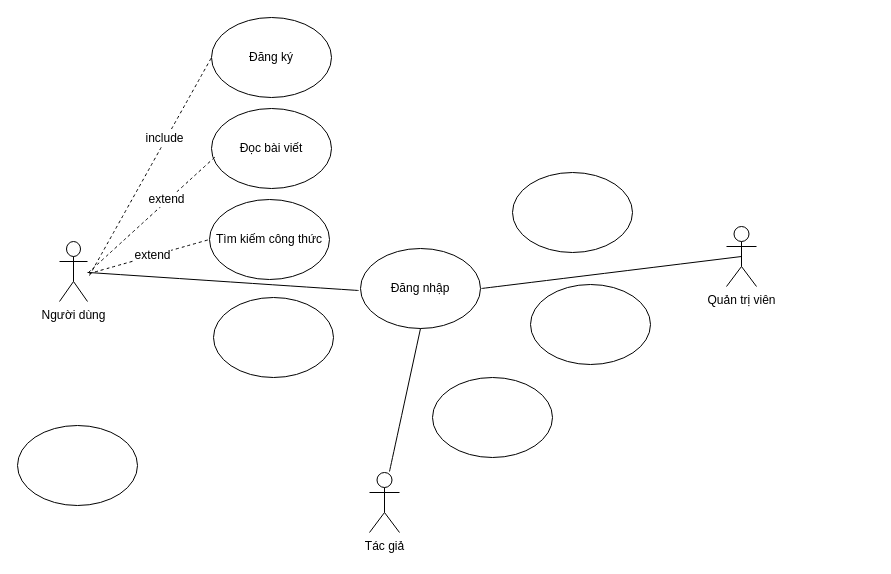
gwangtung21/Blog_AmThuc keeps this draw.io diagram as Sơ đồ tổng quát.drawio. Above is the earlier version. Source tidied: cells renumbered, new cells numbered last; positions are measured from the earlier drawing's top-left corner, leaving out a move shared by most shapes. Both pictures are drawn from the tidied source at 100%, with x=0, y=0 at pixel (17, 17).
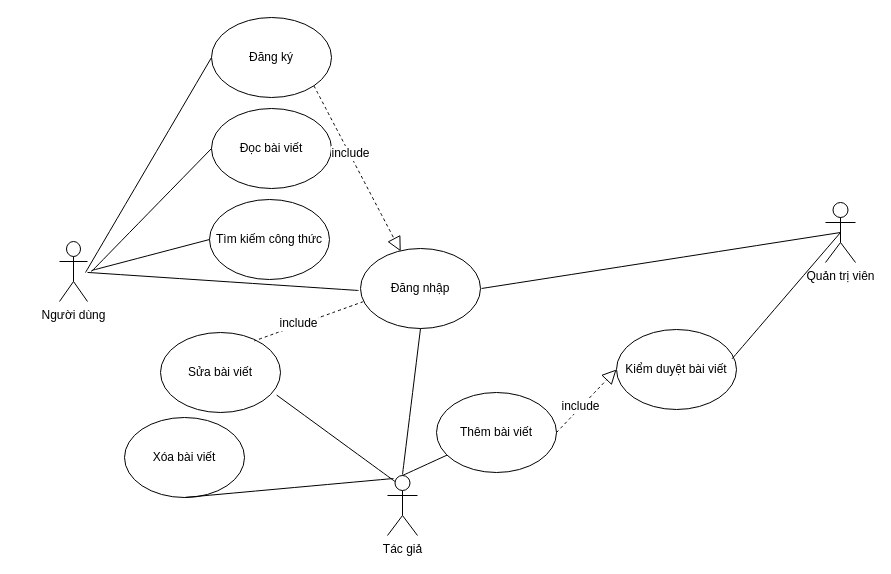
The same diagram, later.

Commit message (it also covers changes not shown here):
Cập nhật Sơ đồ tổng quát.drawio

Unchanged cells that the change refers to:
```xml
<mxCell id="5" value="Đăng nhập" style="ellipse;whiteSpace=wrap;html=1;" parent="1" vertex="1">
  <mxGeometry x="343" y="231" width="120" height="80" as="geometry" />
</mxCell>
<mxCell id="6" value="Đăng ký" style="ellipse;whiteSpace=wrap;html=1;" parent="1" vertex="1">
  <mxGeometry x="194" width="120" height="80" as="geometry" />
</mxCell>
<mxCell id="7" value="Đọc bài viết" style="ellipse;whiteSpace=wrap;html=1;" parent="1" vertex="1">
  <mxGeometry x="194" y="91" width="120" height="80" as="geometry" />
</mxCell>
<mxCell id="9" value="Tìm kiếm công thức" style="ellipse;whiteSpace=wrap;html=1;" parent="1" vertex="1">
  <mxGeometry x="192" y="182" width="120" height="80" as="geometry" />
</mxCell>
```

Change to the diagram source:
```diff
@@
+    <mxCell id="23" style="endArrow=none;html=1;rounded=0;fontSize=12;startSize=8;endSize=8;curved=1;entryX=0;entryY=0.5;entryDx=0;entryDy=0;" parent="1" edge="1" target="6">
+      <mxGeometry relative="1" as="geometry">
+        <mxPoint x="68" y="255" as="sourcePoint" />
+      </mxGeometry>
+    </mxCell>
@@
     <mxCell id="3" value="Quản trị viên" style="shape=umlActor;verticalLabelPosition=bottom;verticalAlign=top;html=1;outlineConnect=0;" parent="1" vertex="1">
-      <mxGeometry x="709" y="209" width="30" height="60" as="geometry" />
+      <mxGeometry x="808" y="185" width="30" height="60" as="geometry" />
     </mxCell>
     <mxCell id="4" value="Tác giả" style="shape=umlActor;verticalLabelPosition=bottom;verticalAlign=top;html=1;outlineConnect=0;" parent="1" vertex="1">
-      <mxGeometry x="352" y="455" width="30" height="60" as="geometry" />
+      <mxGeometry x="370" y="458" width="30" height="60" as="geometry" />
     </mxCell>
@@
-    <mxCell id="8" style="ellipse;whiteSpace=wrap;html=1;" parent="1" vertex="1">
-      <mxGeometry x="196" y="280" width="120" height="80" as="geometry" />
-    </mxCell>
@@
-    <mxCell id="10" style="ellipse;whiteSpace=wrap;html=1;" parent="1" vertex="1">
-      <mxGeometry x="495" y="155" width="120" height="80" as="geometry" />
+    <mxCell id="10" value="Kiểm duyệt bài viết" style="ellipse;whiteSpace=wrap;html=1;" parent="1" vertex="1">
+      <mxGeometry x="599" y="312" width="120" height="80" as="geometry" />
     </mxCell>
-    <mxCell id="11" style="ellipse;whiteSpace=wrap;html=1;" parent="1" vertex="1">
-      <mxGeometry x="513" y="267" width="120" height="80" as="geometry" />
+    <mxCell id="11" value="Xóa bài viết" style="ellipse;whiteSpace=wrap;html=1;" parent="1" vertex="1">
+      <mxGeometry x="107" y="400" width="120" height="80" as="geometry" />
     </mxCell>
-    <mxCell id="12" style="ellipse;whiteSpace=wrap;html=1;" parent="1" vertex="1">
-      <mxGeometry y="408" width="120" height="80" as="geometry" />
+    <mxCell id="12" value="Sửa bài viết" style="ellipse;whiteSpace=wrap;html=1;" parent="1" vertex="1">
+      <mxGeometry x="143" y="315" width="120" height="80" as="geometry" />
     </mxCell>
-    <mxCell id="13" style="ellipse;whiteSpace=wrap;html=1;" parent="1" vertex="1">
-      <mxGeometry x="415" y="360" width="120" height="80" as="geometry" />
+    <mxCell id="13" value="Thêm bài viết" style="ellipse;whiteSpace=wrap;html=1;" parent="1" vertex="1">
+      <mxGeometry x="419" y="375" width="120" height="80" as="geometry" />
     </mxCell>
@@
     <mxCell id="16" style="endArrow=none;html=1;rounded=0;fontSize=12;startSize=8;endSize=8;curved=1;entryX=0.5;entryY=1;entryDx=0;entryDy=0;" parent="1" edge="1" target="5">
       <mxGeometry relative="1" as="geometry">
-        <mxPoint x="372" y="454" as="sourcePoint" />
+        <mxPoint x="385" y="457" as="sourcePoint" />
       </mxGeometry>
     </mxCell>
-    <mxCell id="17" style="endArrow=none;dashed=1;html=1;rounded=0;fontSize=12;startSize=8;endSize=8;curved=1;entryX=0;entryY=0.5;entryDx=0;entryDy=0;" parent="1" edge="1" target="6">
-      <mxGeometry relative="1" as="geometry">
-        <mxPoint x="72" y="258" as="sourcePoint" />
-      </mxGeometry>
-    </mxCell>
-    <mxCell id="18" value="include" style="edgeLabel;html=1;align=center;verticalAlign=middle;fontSize=12;" parent="17" vertex="1">
-      <mxGeometry x="0.25" y="2" relative="1" as="geometry" />
-    </mxCell>
-    <mxCell id="19" style="endArrow=none;dashed=1;html=1;rounded=0;fontSize=12;startSize=8;endSize=8;curved=1;entryX=0.03;entryY=0.605;entryDx=0;entryDy=0;entryPerimeter=0;" parent="1" edge="1" target="7">
-      <mxGeometry relative="1" as="geometry">
-        <mxPoint x="71" y="255" as="sourcePoint" />
-      </mxGeometry>
-    </mxCell>
-    <mxCell id="20" value="extend" style="edgeLabel;html=1;align=center;verticalAlign=middle;fontSize=12;" parent="19" vertex="1">
-      <mxGeometry x="0.25" y="2" relative="1" as="geometry" />
-    </mxCell>
-    <mxCell id="21" style="endArrow=none;dashed=1;html=1;rounded=0;fontSize=12;startSize=8;endSize=8;curved=1;entryX=0;entryY=0.5;entryDx=0;entryDy=0;" parent="1" edge="1" target="9">
-      <mxGeometry relative="1" as="geometry">
-        <mxPoint x="72" y="256" as="sourcePoint" />
-      </mxGeometry>
-    </mxCell>
-    <mxCell id="22" value="extend" style="edgeLabel;html=1;align=center;verticalAlign=middle;fontSize=12;" parent="21" vertex="1">
-      <mxGeometry x="0.04" y="1" relative="1" as="geometry" />
-    </mxCell>
+    <mxCell id="24" style="endArrow=none;html=1;rounded=0;fontSize=12;startSize=8;endSize=8;curved=1;entryX=0;entryY=0.5;entryDx=0;entryDy=0;" parent="1" edge="1" target="7">
+      <mxGeometry relative="1" as="geometry">
+        <mxPoint x="74" y="254" as="sourcePoint" />
+      </mxGeometry>
+    </mxCell>
+    <mxCell id="25" style="endArrow=none;html=1;rounded=0;fontSize=12;startSize=8;endSize=8;curved=1;entryX=0;entryY=0.5;entryDx=0;entryDy=0;" parent="1" edge="1" target="9">
+      <mxGeometry relative="1" as="geometry">
+        <mxPoint x="74" y="253" as="sourcePoint" />
+      </mxGeometry>
+    </mxCell>
+    <mxCell id="26" style="endArrow=none;html=1;rounded=0;fontSize=12;startSize=8;endSize=8;curved=1;entryX=0.5;entryY=0.5;entryDx=0;entryDy=0;entryPerimeter=0;exitX=0.962;exitY=0.368;exitDx=0;exitDy=0;exitPerimeter=0;" parent="1" edge="1" source="10" target="3">
+      <mxGeometry relative="1" as="geometry" />
+    </mxCell>
+    <mxCell id="27" style="endArrow=none;html=1;rounded=0;fontSize=12;startSize=8;endSize=8;curved=1;entryX=0.5;entryY=1;entryDx=0;entryDy=0;" parent="1" edge="1" target="11">
+      <mxGeometry relative="1" as="geometry">
+        <mxPoint x="376" y="461" as="sourcePoint" />
+      </mxGeometry>
+    </mxCell>
+    <mxCell id="28" style="endArrow=none;html=1;rounded=0;fontSize=12;startSize=8;endSize=8;curved=1;entryX=0.968;entryY=0.782;entryDx=0;entryDy=0;entryPerimeter=0;exitX=0.25;exitY=0.1;exitDx=0;exitDy=0;exitPerimeter=0;" parent="1" edge="1" source="4" target="12">
+      <mxGeometry relative="1" as="geometry" />
+    </mxCell>
+    <mxCell id="29" style="endArrow=none;html=1;rounded=0;fontSize=12;startSize=8;endSize=8;curved=1;exitX=0.5;exitY=0;exitDx=0;exitDy=0;exitPerimeter=0;" parent="1" edge="1" source="4" target="13">
+      <mxGeometry relative="1" as="geometry" />
+    </mxCell>
+    <mxCell id="30" style="endArrow=none;dashed=1;html=1;rounded=0;fontSize=12;startSize=8;endSize=8;curved=1;entryX=0.782;entryY=0.105;entryDx=0;entryDy=0;entryPerimeter=0;exitX=0.022;exitY=0.665;exitDx=0;exitDy=0;exitPerimeter=0;" parent="1" edge="1" source="5" target="12">
+      <mxGeometry relative="1" as="geometry" />
+    </mxCell>
+    <mxCell id="31" value="include" style="edgeLabel;html=1;align=center;verticalAlign=middle;fontSize=12;" parent="30" vertex="1">
+      <mxGeometry x="0.2" y="-2" relative="1" as="geometry" />
+    </mxCell>
+    <mxCell id="32" style="endArrow=block;dashed=1;endFill=0;endSize=12;html=1;rounded=0;fontSize=12;curved=1;exitX=1;exitY=0.5;exitDx=0;exitDy=0;entryX=0;entryY=0.5;entryDx=0;entryDy=0;" parent="1" edge="1" source="13" target="10">
+      <mxGeometry relative="1" as="geometry" />
+    </mxCell>
+    <mxCell id="33" value="include" style="edgeLabel;html=1;align=center;verticalAlign=middle;fontSize=12;" parent="32" vertex="1">
+      <mxGeometry x="-0.19" y="1" relative="1" as="geometry" />
+    </mxCell>
+    <mxCell id="34" style="endArrow=block;dashed=1;endFill=0;endSize=12;html=1;rounded=0;fontSize=12;curved=1;exitX=1;exitY=1;exitDx=0;exitDy=0;entryX=0.335;entryY=0.035;entryDx=0;entryDy=0;entryPerimeter=0;" parent="1" edge="1" source="6" target="5">
+      <mxGeometry relative="1" as="geometry" />
+    </mxCell>
+    <mxCell id="35" value="include" style="edgeLabel;html=1;align=center;verticalAlign=middle;fontSize=12;" parent="34" vertex="1">
+      <mxGeometry x="-0.19" y="1" relative="1" as="geometry" />
+    </mxCell>
```
